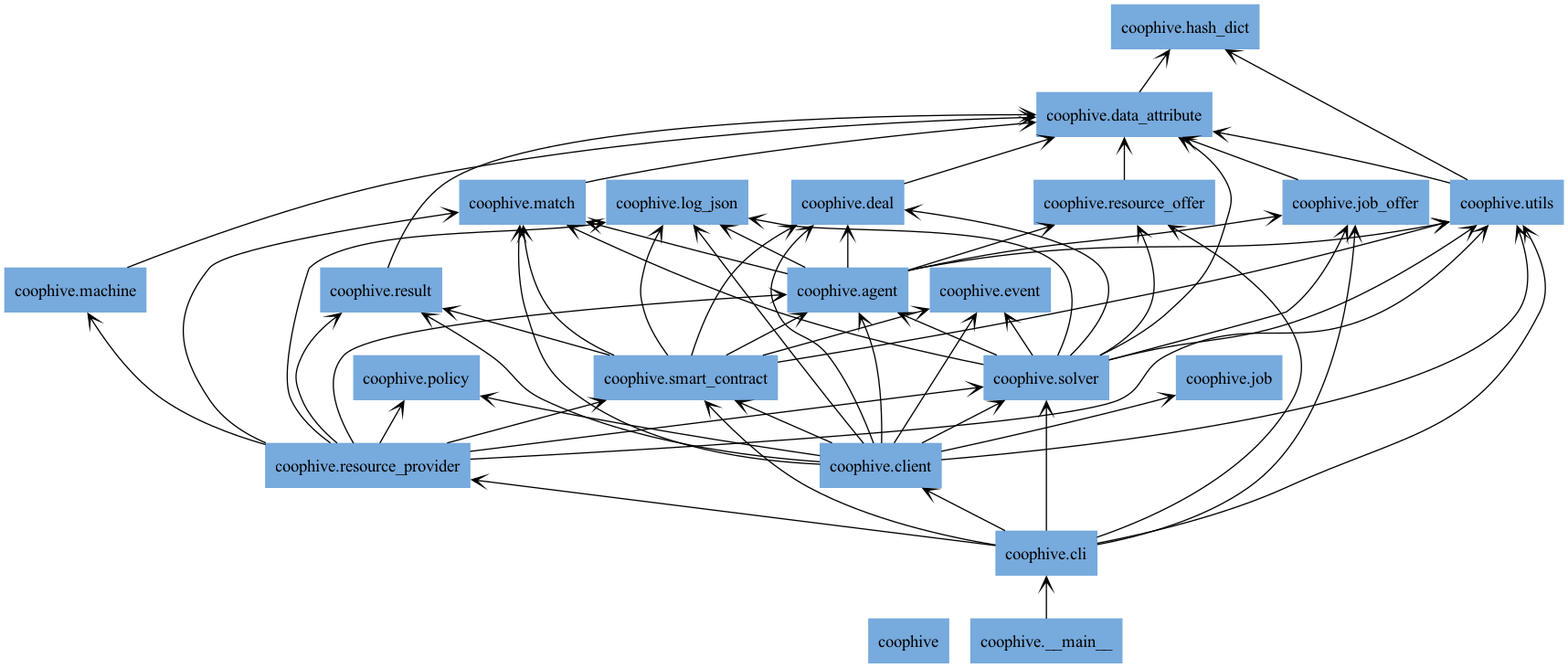
Before: docs/img/packages_coophive.png, a diagram exported from Graphviz (CoopHive/Apiary). Its source is kept beside it as docs/img/packages_coophive.dot.
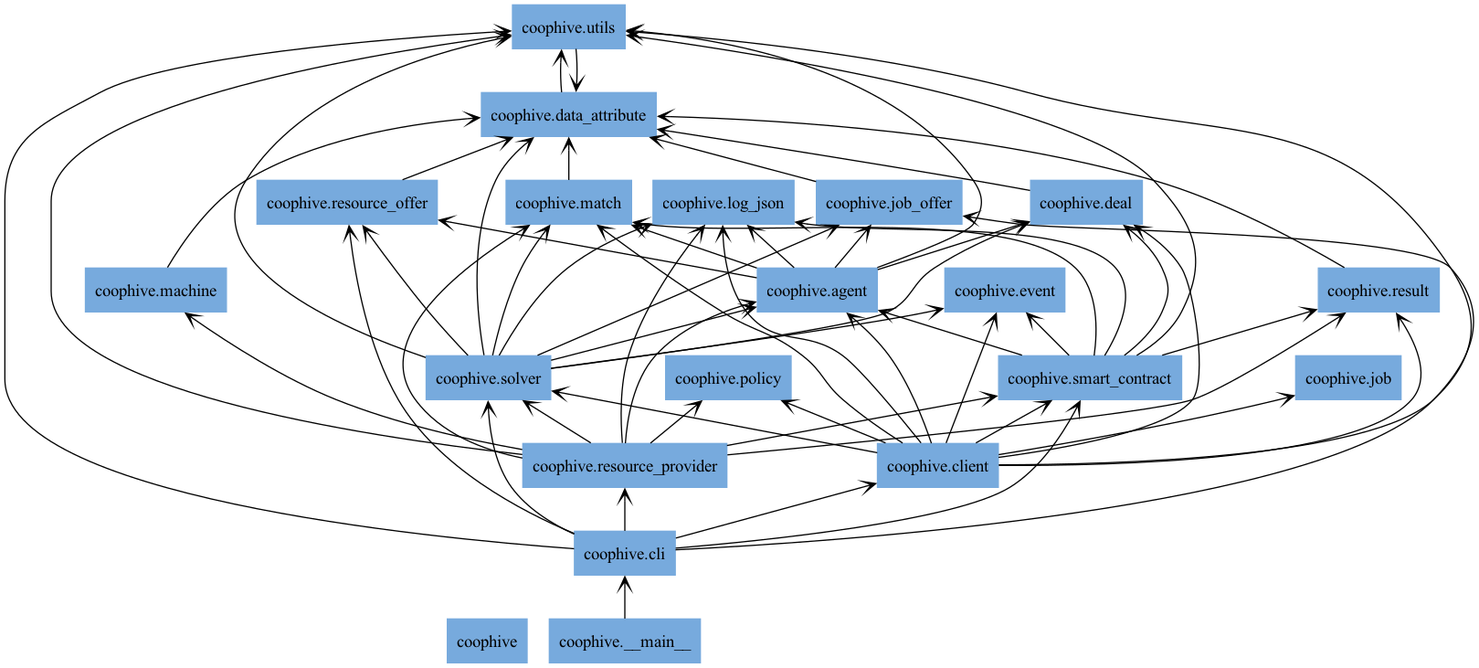
Later version of the same file.

Commit message:
chore: hash_dict refactoring

What changed in the source:
```diff
@@ -9,7 +9,6 @@
 "coophive.data_attribute" [color="#77AADD", label=<coophive.data_attribute>, shape="box", style="filled"];
 "coophive.deal" [color="#77AADD", label=<coophive.deal>, shape="box", style="filled"];
 "coophive.event" [color="#77AADD", label=<coophive.event>, shape="box", style="filled"];
-"coophive.hash_dict" [color="#77AADD", label=<coophive.hash_dict>, shape="box", style="filled"];
 "coophive.job" [color="#77AADD", label=<coophive.job>, shape="box", style="filled"];
 "coophive.job_offer" [color="#77AADD", label=<coophive.job_offer>, shape="box", style="filled"];
 "coophive.log_json" [color="#77AADD", label=<coophive.log_json>, shape="box", style="filled"];
@@ -47,7 +46,7 @@
 "coophive.client" -> "coophive.smart_contract" [arrowhead="open", arrowtail="none"];
 "coophive.client" -> "coophive.solver" [arrowhead="open", arrowtail="none"];
 "coophive.client" -> "coophive.utils" [arrowhead="open", arrowtail="none"];
-"coophive.data_attribute" -> "coophive.hash_dict" [arrowhead="open", arrowtail="none"];
+"coophive.data_attribute" -> "coophive.utils" [arrowhead="open", arrowtail="none"];
 "coophive.deal" -> "coophive.data_attribute" [arrowhead="open", arrowtail="none"];
 "coophive.job_offer" -> "coophive.data_attribute" [arrowhead="open", arrowtail="none"];
 "coophive.machine" -> "coophive.data_attribute" [arrowhead="open", arrowtail="none"];
@@ -80,5 +79,4 @@
 "coophive.solver" -> "coophive.resource_offer" [arrowhead="open", arrowtail="none"];
 "coophive.solver" -> "coophive.utils" [arrowhead="open", arrowtail="none"];
 "coophive.utils" -> "coophive.data_attribute" [arrowhead="open", arrowtail="none"];
-"coophive.utils" -> "coophive.hash_dict" [arrowhead="open", arrowtail="none"];
 }
```
